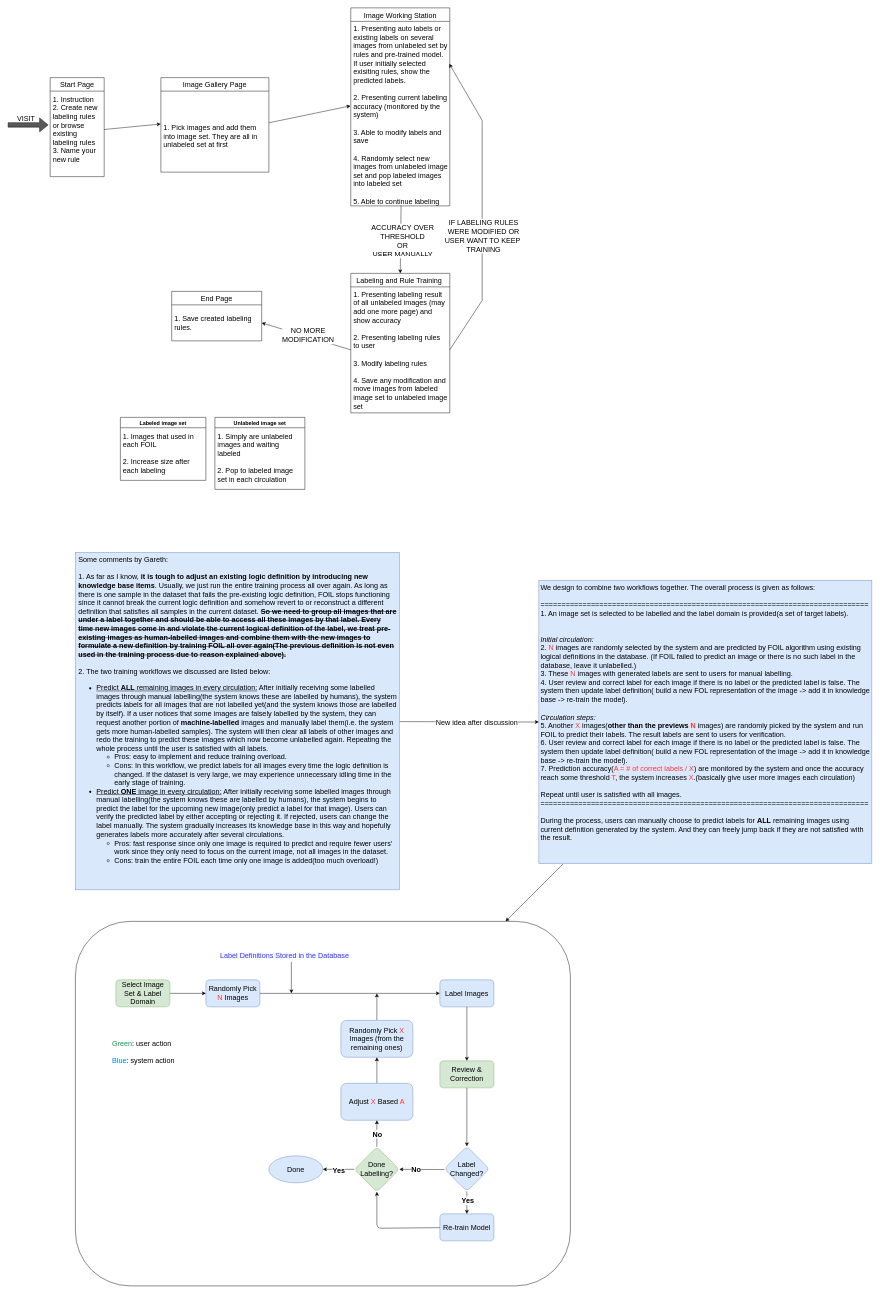
Earlier version of the draw.io diagram page "Scratch" (5 of 5) of architecture.drawio (Neural-Symbolic-Image-Labeling/NSILWeb). Source tidied: cells renumbered, new cells numbered last; positions are measured from the earlier drawing's top-left corner, leaving out a move shared by most shapes. Both pictures are drawn from the tidied source at 45%, with x=0, y=0 at pixel (8, 8).
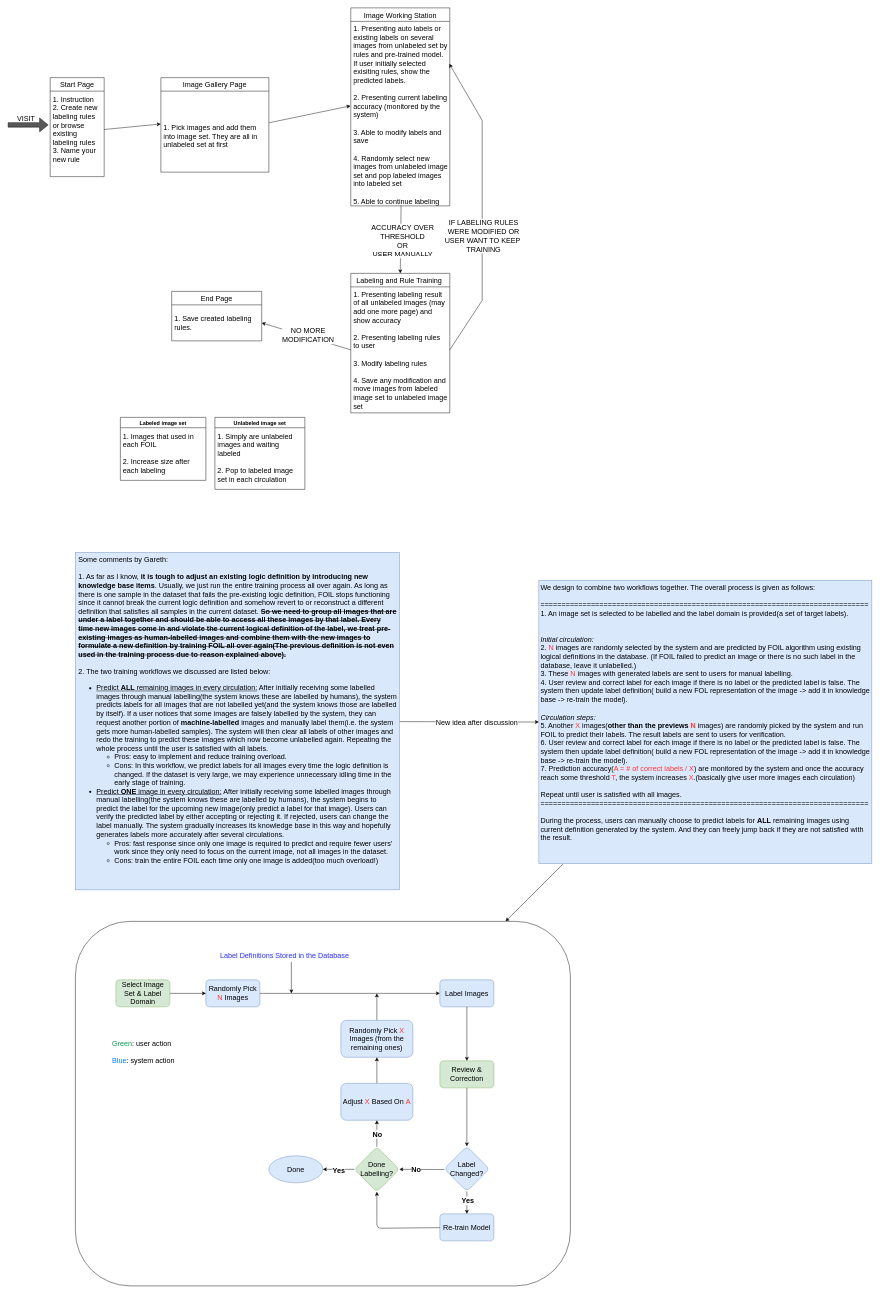
Above is the later version.

The change refers to these unchanged cells:
```xml
<mxCell id="33" style="group;" parent="1" vertex="1">
  <mxGeometry x="150" y="2030" width="1100" height="810" as="geometry" />
</mxCell>
```

Diff of the diagram source:
```diff
@@
-    <mxCell id="59" value="Adjust &lt;font color=&quot;#ff3333&quot;&gt;X&lt;/font&gt; Based &lt;font color=&quot;#ff3333&quot;&gt;A&lt;/font&gt;" style="whiteSpace=wrap;html=1;fontSize=16;fillColor=#dae8fc;strokeColor=#6c8ebf;rounded=1;" parent="33" vertex="1">
+    <mxCell id="59" value="Adjust &lt;font color=&quot;#ff3333&quot;&gt;X&lt;/font&gt; Based On&amp;nbsp;&lt;font color=&quot;#ff3333&quot;&gt;A&lt;/font&gt;" style="whiteSpace=wrap;html=1;fontSize=16;fillColor=#dae8fc;strokeColor=#6c8ebf;rounded=1;" parent="33" vertex="1">
       <mxGeometry x="590" y="360" width="160" height="82" as="geometry" />
     </mxCell>
```
